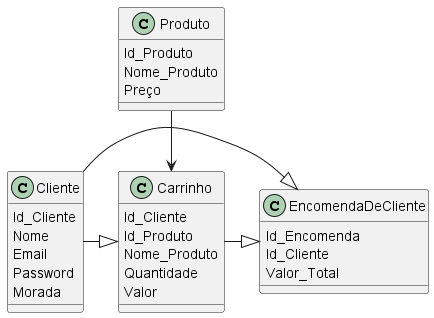
Earlier version of the PlantUML export Modelo de Dominio/modelo_dominio.png (Fernandowgp/fsoft2024_1DC_3).
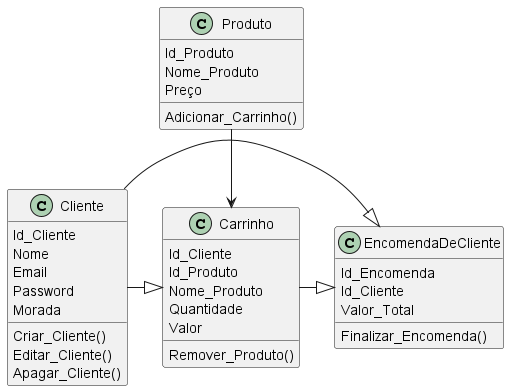
After the change.

Commit message:
UC Clientes e modelos de dominio

Diff of the diagram source:
```diff
@@ -1,28 +1,40 @@
 @startuml
+
 class Cliente{
-    Id_Cliente
-    Nome
-    Email
-    Password
-    Morada
+Id_Cliente
+Nome
+Email
+Password
+Morada
+
+Criar_Cliente()
+Editar_Cliente()
+Apagar_Cliente()
 }
 class Carrinho{
-    Id_Cliente
-    Id_Produto
-    Nome_Produto
-    Quantidade
-    Valor
+Id_Cliente
+Id_Produto
+Nome_Produto
+Quantidade
+Valor
+
+Remover_Produto()
 }
 class EncomendaDeCliente{
-    Id_Encomenda
-    Id_Cliente
-    Valor_Total
+Id_Encomenda
+Id_Cliente
+Valor_Total
+
+Finalizar_Encomenda()
 }
 class Produto{
-    Id_Produto
-    Nome_Produto
-    Preço
+Id_Produto
+Nome_Produto
+Preço
+
+Adicionar_Carrinho()
 }
+
 
 Cliente -|> Carrinho
 Cliente -|> EncomendaDeCliente
```
